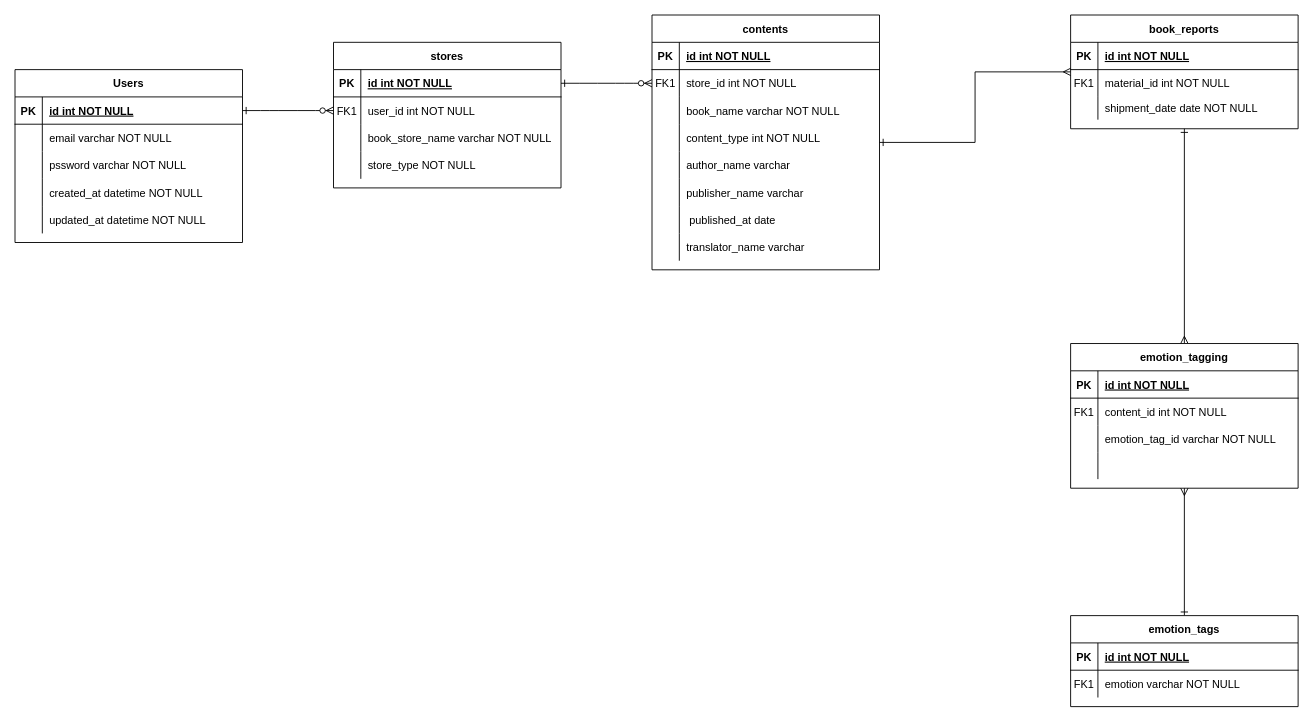
Before: library_system.drawio in mozyomo/my_library_system, a draw.io diagram. Source tidied: cells renumbered, new cells numbered last; positions are measured from the earlier drawing's top-left corner, leaving out a move shared by most shapes. Both pictures are drawn from the tidied source at 91%, with x=0, y=0 at pixel (15, 15).
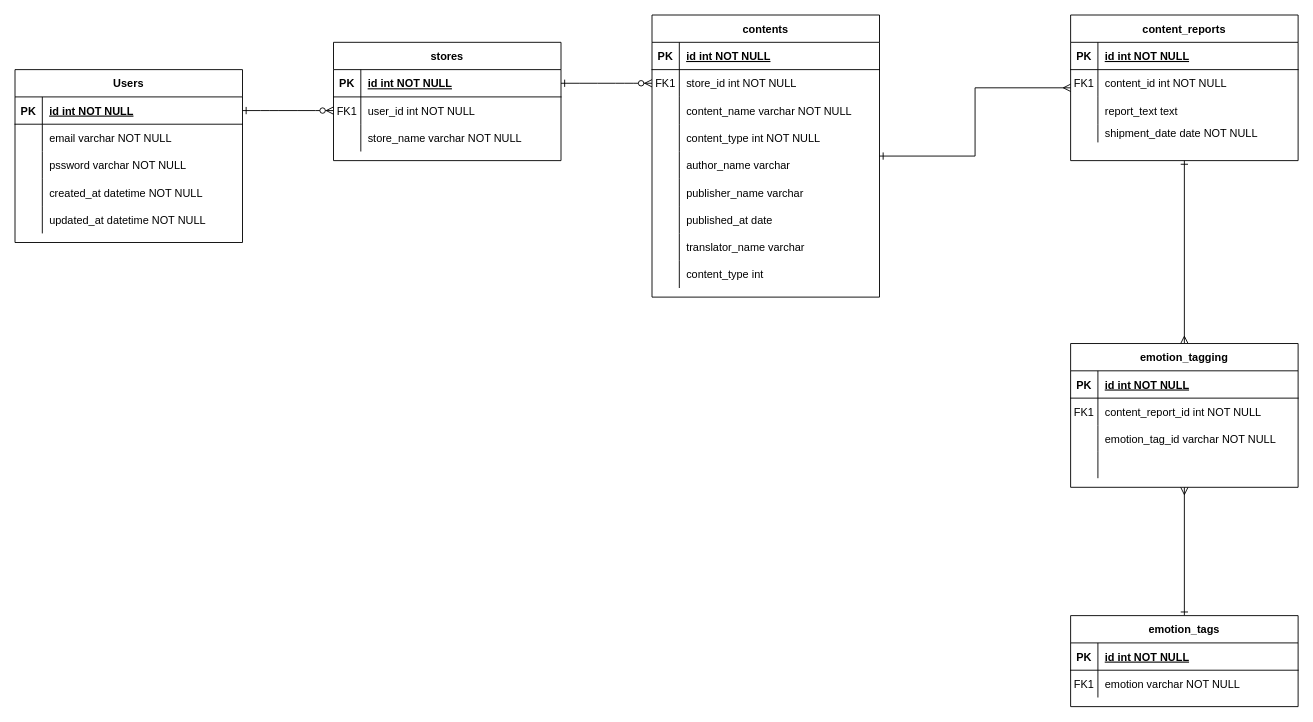
The same diagram, later.

The change refers to these unchanged cells:
```xml
<mxCell id="11" style="shape=partialRectangle;fillColor=none;top=0;left=0;right=0;bottom=0;" parent="4" vertex="1">
  <mxGeometry y="90" width="250" height="30" as="geometry" />
</mxCell>
<mxCell id="26" style="shape=partialRectangle;fillColor=none;top=0;left=0;right=0;bottom=0;" parent="19" vertex="1">
  <mxGeometry y="90" width="250" height="30" as="geometry" />
</mxCell>
<mxCell id="38" style="shape=partialRectangle;fillColor=none;top=0;left=0;right=0;bottom=0;" parent="19" vertex="1">
  <mxGeometry y="210" width="250" height="30" as="geometry" />
</mxCell>
<mxCell id="64" style="shape=partialRectangle;fillColor=none;top=0;left=0;right=0;bottom=0;" parent="60" vertex="1">
  <mxGeometry y="60" width="250" height="30" as="geometry" />
</mxCell>
<mxCell id="75" style="shape=partialRectangle;fillColor=none;top=0;left=0;right=0;bottom=0;" parent="71" vertex="1">
  <mxGeometry y="60" width="250" height="30" as="geometry" />
</mxCell>
```

Change to the diagram source:
```diff
@@
     <mxCell id="4" value="stores" style="shape=table;startSize=30;childLayout=tableLayout;rowLines=0;fontStyle=1;align=center;" parent="1" vertex="1">
-      <mxGeometry x="350" y="30" width="250" height="160" as="geometry" />
+      <mxGeometry x="350" y="30" width="250" height="130" as="geometry" />
     </mxCell>
@@
-    <mxCell id="13" value="book_store_name varchar NOT NULL" style="shape=partialRectangle;overflow=hidden;fillColor=none;top=0;left=0;bottom=0;right=0;align=left;spacingLeft=6;" parent="11" vertex="1">
+    <mxCell id="13" value="store_name varchar NOT NULL" style="shape=partialRectangle;overflow=hidden;fillColor=none;top=0;left=0;bottom=0;right=0;align=left;spacingLeft=6;" parent="11" vertex="1">
       <mxGeometry x="30" width="220" height="30" as="geometry" />
     </mxCell>
-    <mxCell id="14" style="shape=partialRectangle;fillColor=none;top=0;left=0;right=0;bottom=0;" parent="4" vertex="1">
-      <mxGeometry y="120" width="250" height="30" as="geometry" />
-    </mxCell>
-    <mxCell id="15" style="shape=partialRectangle;overflow=hidden;fillColor=none;top=0;left=0;bottom=0;right=0;" parent="14" vertex="1">
-      <mxGeometry width="30" height="30" as="geometry" />
-    </mxCell>
-    <mxCell id="16" value="store_type NOT NULL" style="shape=partialRectangle;overflow=hidden;fillColor=none;top=0;left=0;bottom=0;right=0;align=left;spacingLeft=6;" parent="14" vertex="1">
-      <mxGeometry x="30" width="220" height="30" as="geometry" />
-    </mxCell>
@@
     <mxCell id="19" value="contents" style="shape=table;startSize=30;childLayout=tableLayout;rowLines=0;fontStyle=1;align=center;" parent="1" vertex="1">
-      <mxGeometry x="700" width="250" height="280" as="geometry" />
+      <mxGeometry x="700" width="250" height="310" as="geometry" />
     </mxCell>
@@
-    <mxCell id="28" value="book_name varchar NOT NULL" style="shape=partialRectangle;overflow=hidden;fillColor=none;top=0;left=0;bottom=0;right=0;align=left;spacingLeft=6;" parent="26" vertex="1">
+    <mxCell id="28" value="content_name varchar NOT NULL" style="shape=partialRectangle;overflow=hidden;fillColor=none;top=0;left=0;bottom=0;right=0;align=left;spacingLeft=6;" parent="26" vertex="1">
       <mxGeometry x="30" width="220" height="30" as="geometry" />
     </mxCell>
@@
-    <mxCell id="40" value=" published_at date" style="shape=partialRectangle;overflow=hidden;fillColor=none;top=0;left=0;bottom=0;right=0;align=left;spacingLeft=6;" parent="38" vertex="1">
+    <mxCell id="40" value="published_at date" style="shape=partialRectangle;overflow=hidden;fillColor=none;top=0;left=0;bottom=0;right=0;align=left;spacingLeft=6;" parent="38" vertex="1">
       <mxGeometry x="30" width="220" height="30" as="geometry" />
     </mxCell>
@@
+    <mxCell id="91" style="shape=partialRectangle;fillColor=none;top=0;left=0;right=0;bottom=0;" parent="19" vertex="1">
+      <mxGeometry y="270" width="250" height="30" as="geometry" />
+    </mxCell>
+    <mxCell id="92" style="shape=partialRectangle;overflow=hidden;fillColor=none;top=0;left=0;bottom=0;right=0;" parent="91" vertex="1">
+      <mxGeometry width="30" height="30" as="geometry" />
+    </mxCell>
+    <mxCell id="93" value="content_type int" style="shape=partialRectangle;overflow=hidden;fillColor=none;top=0;left=0;bottom=0;right=0;align=left;spacingLeft=6;" parent="91" vertex="1">
+      <mxGeometry x="30" width="220" height="30" as="geometry" />
+    </mxCell>
@@
-    <mxCell id="60" value="book_reports" style="shape=table;startSize=30;childLayout=tableLayout;rowLines=0;fontStyle=1;align=center;" parent="1" vertex="1">
-      <mxGeometry x="1160" width="250" height="125" as="geometry" />
+    <mxCell id="60" value="content_reports" style="shape=table;startSize=30;childLayout=tableLayout;rowLines=0;fontStyle=1;align=center;" parent="1" vertex="1">
+      <mxGeometry x="1160" width="250" height="160" as="geometry" />
     </mxCell>
@@
-    <mxCell id="66" value="material_id int NOT NULL" style="shape=partialRectangle;overflow=hidden;fillColor=none;top=0;left=0;bottom=0;right=0;align=left;spacingLeft=6;" parent="64" vertex="1">
+    <mxCell id="66" value="content_id int NOT NULL" style="shape=partialRectangle;overflow=hidden;fillColor=none;top=0;left=0;bottom=0;right=0;align=left;spacingLeft=6;" parent="64" vertex="1">
       <mxGeometry x="30" width="220" height="30" as="geometry" />
     </mxCell>
+    <mxCell id="94" style="shape=partialRectangle;fillColor=none;top=0;left=0;right=0;bottom=0;" parent="60" vertex="1">
+      <mxGeometry y="90" width="250" height="30" as="geometry" />
+    </mxCell>
+    <mxCell id="95" style="shape=partialRectangle;overflow=hidden;fillColor=none;top=0;left=0;bottom=0;right=0;" parent="94" vertex="1">
+      <mxGeometry width="30" height="30" as="geometry" />
+    </mxCell>
+    <mxCell id="96" value="report_text text " style="shape=partialRectangle;overflow=hidden;fillColor=none;top=0;left=0;bottom=0;right=0;align=left;spacingLeft=6;" parent="94" vertex="1">
+      <mxGeometry x="30" width="220" height="30" as="geometry" />
+    </mxCell>
     <mxCell id="67" style="shape=partialRectangle;fillColor=none;top=0;left=0;right=0;bottom=0;" parent="60" vertex="1">
-      <mxGeometry y="90" width="250" height="25" as="geometry" />
+      <mxGeometry y="120" width="250" height="20" as="geometry" />
     </mxCell>
     <mxCell id="68" style="shape=partialRectangle;overflow=hidden;fillColor=none;top=0;left=0;bottom=0;right=0;" parent="67" vertex="1">
-      <mxGeometry width="30" height="25" as="geometry" />
+      <mxGeometry width="30" height="20" as="geometry" />
     </mxCell>
     <mxCell id="69" value="shipment_date date NOT NULL" style="shape=partialRectangle;overflow=hidden;fillColor=none;top=0;left=0;bottom=0;right=0;align=left;spacingLeft=6;" parent="67" vertex="1">
-      <mxGeometry x="30" width="220" height="25" as="geometry" />
+      <mxGeometry x="30" width="220" height="20" as="geometry" />
     </mxCell>
@@
     <mxCell id="71" value="emotion_tagging" style="shape=table;startSize=30;childLayout=tableLayout;rowLines=0;fontStyle=1;align=center;" parent="1" vertex="1">
-      <mxGeometry x="1160" y="361" width="250" height="159" as="geometry" />
+      <mxGeometry x="1160" y="361" width="250" height="158" as="geometry" />
     </mxCell>
@@
-    <mxCell id="77" value="content_id int NOT NULL" style="shape=partialRectangle;overflow=hidden;fillColor=none;top=0;left=0;bottom=0;right=0;align=left;spacingLeft=6;" parent="75" vertex="1">
+    <mxCell id="77" value="content_report_id int NOT NULL" style="shape=partialRectangle;overflow=hidden;fillColor=none;top=0;left=0;bottom=0;right=0;align=left;spacingLeft=6;" parent="75" vertex="1">
       <mxGeometry x="30" width="220" height="30" as="geometry" />
     </mxCell>
     <mxCell id="78" style="shape=partialRectangle;fillColor=none;top=0;left=0;right=0;bottom=0;" parent="71" vertex="1">
-      <mxGeometry y="90" width="250" height="30" as="geometry" />
+      <mxGeometry y="90" width="250" height="29" as="geometry" />
     </mxCell>
     <mxCell id="79" style="shape=partialRectangle;overflow=hidden;fillColor=none;top=0;left=0;bottom=0;right=0;" parent="78" vertex="1">
-      <mxGeometry width="30" height="30" as="geometry" />
+      <mxGeometry width="30" height="29" as="geometry" />
     </mxCell>
     <mxCell id="80" value="emotion_tag_id varchar NOT NULL" style="shape=partialRectangle;overflow=hidden;fillColor=none;top=0;left=0;bottom=0;right=0;align=left;spacingLeft=6;" parent="78" vertex="1">
-      <mxGeometry x="30" width="220" height="30" as="geometry" />
+      <mxGeometry x="30" width="220" height="29" as="geometry" />
     </mxCell>
     <mxCell id="81" style="shape=partialRectangle;fillColor=none;top=0;left=0;right=0;bottom=0;" parent="71" vertex="1">
-      <mxGeometry y="120" width="250" height="29" as="geometry" />
+      <mxGeometry y="119" width="250" height="29" as="geometry" />
     </mxCell>
```
